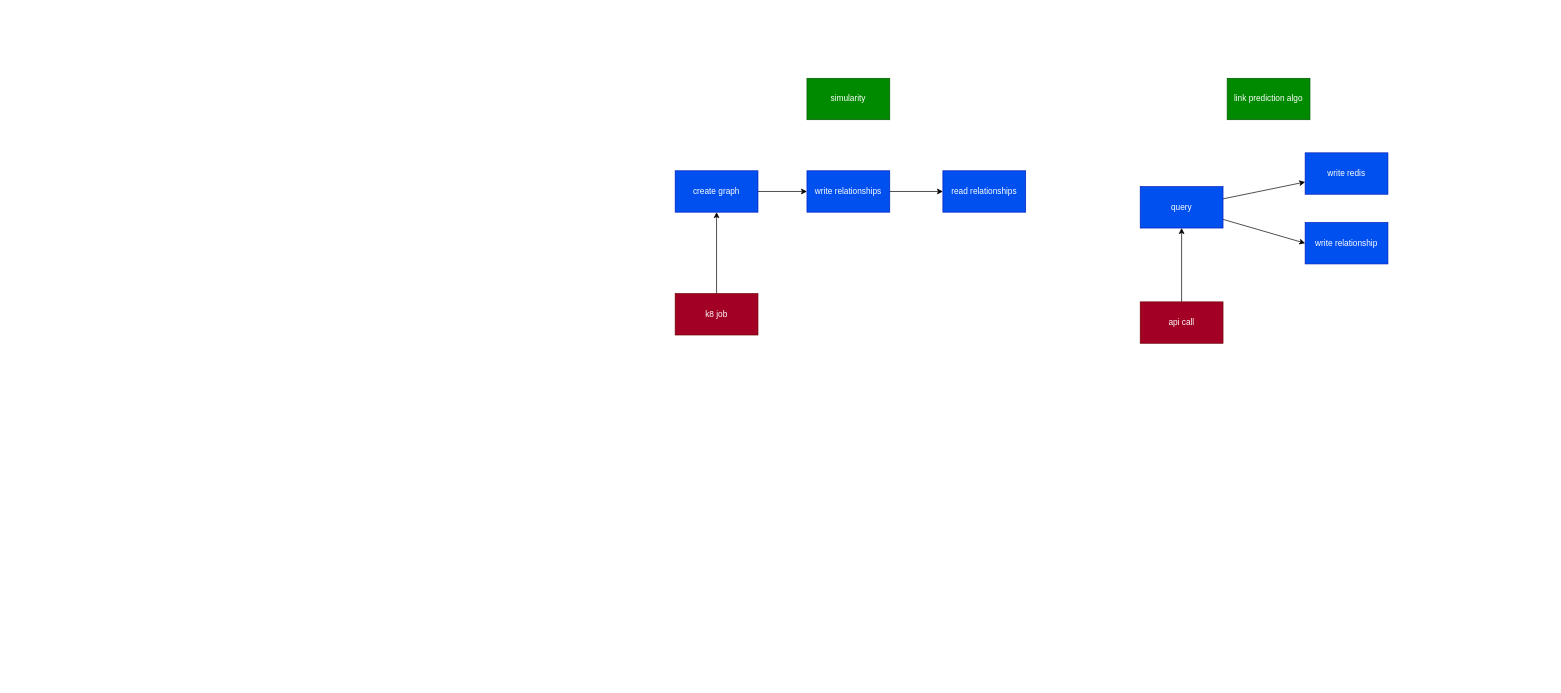
Before: neo4j/score-prediction.drawio in andrew-delph/cloud-video-call, a draw.io diagram. Source tidied: cells renumbered, new cells numbered last; positions are measured from the earlier drawing's top-left corner, leaving out a move shared by most shapes. Both pictures are drawn from the tidied source at 69%, with x=0, y=0 at pixel (675, 78).
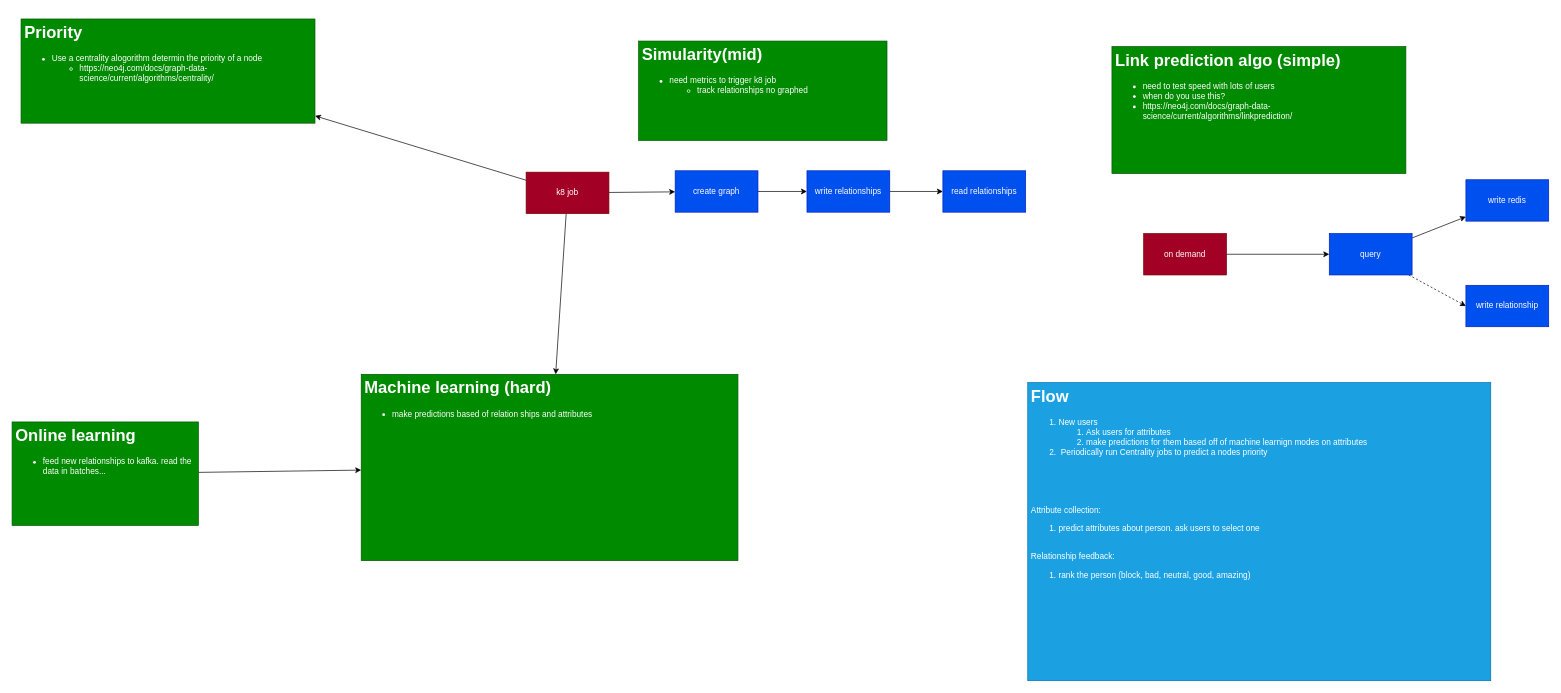
After the change.

Commit message:
score prediction drawio

Unchanged cells that the change refers to:
```xml
<mxCell id="4" value="create graph" style="rounded=0;whiteSpace=wrap;html=1;fillColor=#0050ef;fontColor=#ffffff;strokeColor=#001DBC;" parent="1" vertex="1">
  <mxGeometry y="134" width="120" height="60" as="geometry" />
</mxCell>
```

What changed in the source:
```diff
@@
-    <mxCell id="2" value="simularity" style="rounded=0;whiteSpace=wrap;html=1;fillColor=#008a00;fontColor=#ffffff;strokeColor=#005700;" parent="1" vertex="1">
-      <mxGeometry x="191" width="120" height="60" as="geometry" />
-    </mxCell>
@@
-    <mxCell id="8" value="link prediction algo" style="rounded=0;whiteSpace=wrap;html=1;fillColor=#008a00;fontColor=#ffffff;strokeColor=#005700;" parent="1" vertex="1">
-      <mxGeometry x="800" width="120" height="60" as="geometry" />
-    </mxCell>
@@
-    <mxCell id="10" style="edgeStyle=none;html=1;entryX=0;entryY=0.5;entryDx=0;entryDy=0;" parent="1" edge="1" source="11" target="13">
+    <mxCell id="10" style="edgeStyle=none;html=1;entryX=0;entryY=0.5;entryDx=0;entryDy=0;dashed=1;" parent="1" edge="1" source="11" target="13">
       <mxGeometry relative="1" as="geometry" />
     </mxCell>
     <mxCell id="11" value="query" style="rounded=0;whiteSpace=wrap;html=1;fillColor=#0050ef;fontColor=#ffffff;strokeColor=#001DBC;" parent="1" vertex="1">
-      <mxGeometry x="674" y="157" width="120" height="60" as="geometry" />
+      <mxGeometry x="948" y="225" width="120" height="60" as="geometry" />
     </mxCell>
     <mxCell id="12" value="write redis" style="rounded=0;whiteSpace=wrap;html=1;fillColor=#0050ef;fontColor=#ffffff;strokeColor=#001DBC;" parent="1" vertex="1">
-      <mxGeometry x="913" y="108" width="120" height="60" as="geometry" />
+      <mxGeometry x="1146" y="147" width="120" height="60" as="geometry" />
     </mxCell>
     <mxCell id="13" value="write relationship" style="rounded=0;whiteSpace=wrap;html=1;fillColor=#0050ef;fontColor=#ffffff;strokeColor=#001DBC;" parent="1" vertex="1">
-      <mxGeometry x="913" y="209" width="120" height="60" as="geometry" />
+      <mxGeometry x="1146" y="300" width="120" height="60" as="geometry" />
     </mxCell>
-    <mxCell id="14" style="edgeStyle=none;html=1;entryX=0.5;entryY=1;entryDx=0;entryDy=0;" parent="1" edge="1" source="15" target="4">
+    <mxCell id="14" style="edgeStyle=none;html=1;" parent="1" edge="1" source="15" target="4">
       <mxGeometry relative="1" as="geometry" />
     </mxCell>
+    <mxCell id="18" style="edgeStyle=none;html=1;" parent="1" edge="1" source="15" target="25">
+      <mxGeometry relative="1" as="geometry" />
+    </mxCell>
+    <mxCell id="19" style="edgeStyle=none;html=1;" parent="1" edge="1" source="15" target="24">
+      <mxGeometry relative="1" as="geometry" />
+    </mxCell>
     <mxCell id="15" value="k8 job" style="rounded=0;whiteSpace=wrap;html=1;fillColor=#a20025;fontColor=#ffffff;strokeColor=#6F0000;" parent="1" vertex="1">
-      <mxGeometry y="312" width="120" height="60" as="geometry" />
+      <mxGeometry x="-216" y="136" width="120" height="60" as="geometry" />
     </mxCell>
@@
-    <mxCell id="17" value="api call" style="rounded=0;whiteSpace=wrap;html=1;fillColor=#a20025;fontColor=#ffffff;strokeColor=#6F0000;" parent="1" vertex="1">
-      <mxGeometry x="674" y="324" width="120" height="60" as="geometry" />
+    <mxCell id="17" value="on demand" style="rounded=0;whiteSpace=wrap;html=1;fillColor=#a20025;fontColor=#ffffff;strokeColor=#6F0000;" parent="1" vertex="1">
+      <mxGeometry x="679" y="225" width="120" height="60" as="geometry" />
     </mxCell>
+    <mxCell id="20" value="&lt;h1&gt;Link prediction algo (simple)&lt;/h1&gt;&lt;p&gt;&lt;/p&gt;&lt;ul&gt;&lt;li&gt;need to test speed with lots of users&lt;/li&gt;&lt;li&gt;when do you use this?&lt;/li&gt;&lt;li&gt;https://neo4j.com/docs/graph-data-science/current/algorithms/linkprediction/&lt;br&gt;&lt;/li&gt;&lt;/ul&gt;&lt;p&gt;&lt;/p&gt;" style="text;html=1;strokeColor=#005700;fillColor=#008a00;spacing=5;spacingTop=-20;whiteSpace=wrap;overflow=hidden;rounded=0;fontColor=#ffffff;" parent="1" vertex="1">
+      <mxGeometry x="633" y="-46" width="426" height="184" as="geometry" />
+    </mxCell>
+    <mxCell id="21" value="&lt;h1&gt;Simularity(mid)&lt;/h1&gt;&lt;p&gt;&lt;/p&gt;&lt;ul&gt;&lt;li&gt;need metrics to trigger k8 job&lt;/li&gt;&lt;ul&gt;&lt;li&gt;track relationships no graphed&lt;/li&gt;&lt;/ul&gt;&lt;/ul&gt;&lt;p&gt;&lt;/p&gt;" style="text;html=1;strokeColor=#005700;fillColor=#008a00;spacing=5;spacingTop=-20;whiteSpace=wrap;overflow=hidden;rounded=0;fontColor=#ffffff;" parent="1" vertex="1">
+      <mxGeometry x="-53" y="-54" width="360" height="144" as="geometry" />
+    </mxCell>
+    <mxCell id="22" style="edgeStyle=none;html=1;" parent="1" edge="1" source="23" target="24">
+      <mxGeometry relative="1" as="geometry" />
+    </mxCell>
+    <mxCell id="23" value="&lt;h1&gt;Online learning&lt;/h1&gt;&lt;p&gt;&lt;/p&gt;&lt;ul&gt;&lt;li&gt;feed new relationships to kafka. read the data in batches...&lt;/li&gt;&lt;/ul&gt;&lt;p&gt;&lt;/p&gt;" style="text;html=1;strokeColor=#005700;fillColor=#008a00;spacing=5;spacingTop=-20;whiteSpace=wrap;overflow=hidden;rounded=0;fontColor=#ffffff;" parent="1" vertex="1">
+      <mxGeometry x="-961" y="498" width="270" height="150" as="geometry" />
+    </mxCell>
+    <mxCell id="24" value="&lt;h1&gt;Machine learning (hard)&lt;/h1&gt;&lt;p&gt;&lt;/p&gt;&lt;ul&gt;&lt;li&gt;make predictions based of relation ships and attributes&lt;/li&gt;&lt;/ul&gt;&lt;p&gt;&lt;/p&gt;" style="text;html=1;strokeColor=#005700;fillColor=#008a00;spacing=5;spacingTop=-20;whiteSpace=wrap;overflow=hidden;rounded=0;fontColor=#ffffff;" parent="1" vertex="1">
+      <mxGeometry x="-455" y="429" width="546" height="270" as="geometry" />
+    </mxCell>
+    <mxCell id="25" value="&lt;h1&gt;Priority&lt;/h1&gt;&lt;p&gt;&lt;/p&gt;&lt;ul&gt;&lt;li&gt;Use a centrality alogorithm determin the priority of a node&lt;/li&gt;&lt;ul&gt;&lt;li&gt;https://neo4j.com/docs/graph-data-science/current/algorithms/centrality/&lt;br&gt;&lt;/li&gt;&lt;/ul&gt;&lt;/ul&gt;&lt;p&gt;&lt;/p&gt;" style="text;html=1;strokeColor=#005700;fillColor=#008a00;spacing=5;spacingTop=-20;whiteSpace=wrap;overflow=hidden;rounded=0;fontColor=#ffffff;" parent="1" vertex="1">
+      <mxGeometry x="-948" y="-86" width="426" height="151" as="geometry" />
+    </mxCell>
+    <mxCell id="26" value="&lt;h1&gt;Flow&lt;/h1&gt;&lt;p&gt;&lt;/p&gt;&lt;ol&gt;&lt;li&gt;New users&lt;/li&gt;&lt;ol&gt;&lt;li&gt;Ask users for attributes&lt;/li&gt;&lt;li&gt;make predictions for them based off of machine learnign modes on attributes&lt;/li&gt;&lt;/ol&gt;&lt;li&gt;&lt;span style=&quot;background-color: initial;&quot;&gt;&amp;nbsp;Periodically run Centrality jobs to predict a nodes priority&lt;/span&gt;&lt;/li&gt;&lt;/ol&gt;&lt;div&gt;&lt;br&gt;&lt;/div&gt;&lt;div&gt;&lt;br&gt;&lt;/div&gt;&lt;div&gt;&lt;br&gt;&lt;/div&gt;&lt;div&gt;&lt;br&gt;&lt;/div&gt;&lt;div&gt;Attribute collection:&lt;/div&gt;&lt;ol&gt;&lt;li&gt;&lt;span style=&quot;background-color: initial;&quot;&gt;predict attributes about person. ask users to select one&lt;/span&gt;&lt;/li&gt;&lt;/ol&gt;&lt;span style=&quot;background-color: initial;&quot;&gt;&lt;br&gt;Relationship feedback:&lt;br&gt;&lt;ol&gt;&lt;li&gt;&lt;span style=&quot;background-color: initial;&quot;&gt;rank the person (block, bad, neutral, good, amazing)&lt;/span&gt;&lt;/li&gt;&lt;/ol&gt;&lt;/span&gt;&lt;div&gt;&lt;/div&gt;&lt;p&gt;&lt;/p&gt;" style="text;html=1;strokeColor=#006EAF;fillColor=#1ba1e2;spacing=5;spacingTop=-20;whiteSpace=wrap;overflow=hidden;rounded=0;fontColor=#ffffff;" parent="1" vertex="1">
+      <mxGeometry x="511" y="441" width="671" height="432" as="geometry" />
+    </mxCell>
```
